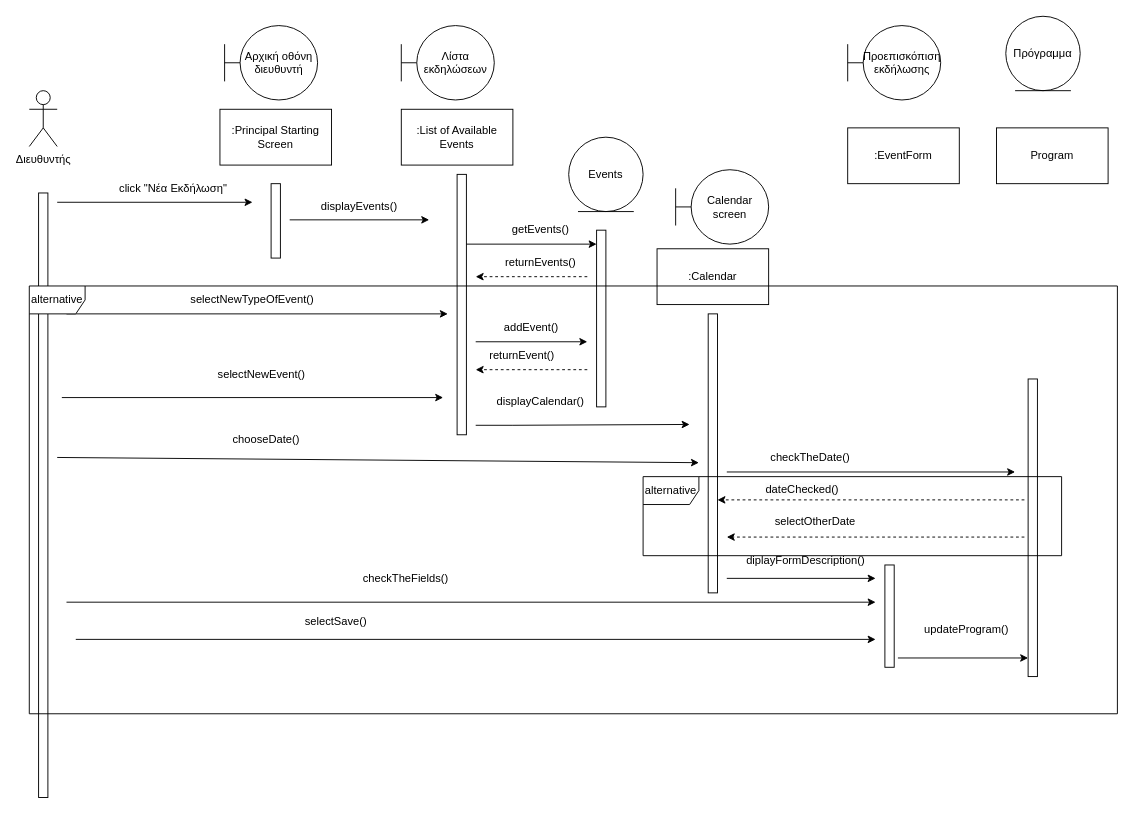
Earlier version of the draw.io diagram Παραδοτέο4/sequencePrincipal1Mike.drawio (m1kemp/School-Hero). Source tidied: cells renumbered, new cells numbered last; positions are measured from the earlier drawing's top-left corner, leaving out a move shared by most shapes. Both pictures are drawn from the tidied source at 93%, with x=0, y=0 at pixel (29, 16).
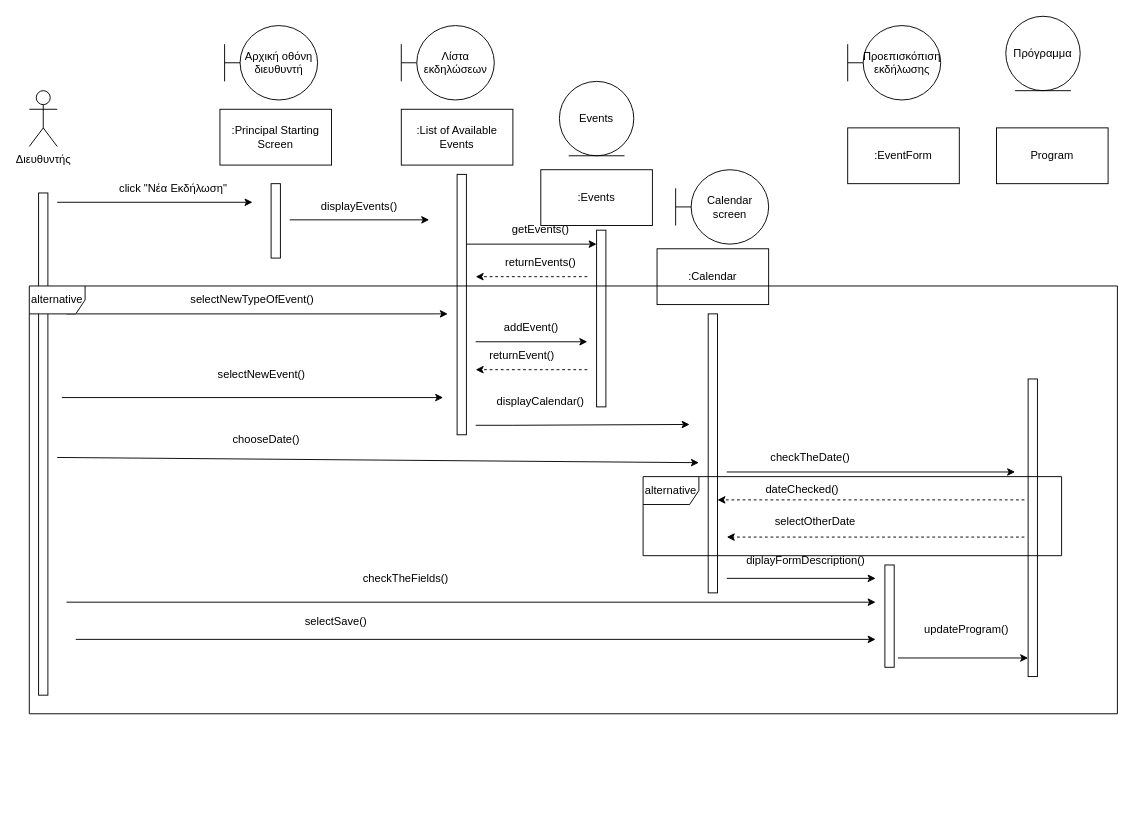
Above is the later version.

What changed in the source:
```diff
@@
     <mxCell id="7" style="html=1;perimeter=orthogonalPerimeter;targetShapes=umlLifeline;newEdgeStyle={&quot;edgeStyle&quot;:&quot;elbowEdgeStyle&quot;,&quot;elbow&quot;:&quot;vertical&quot;,&quot;curved&quot;:0,&quot;rounded&quot;:0};" parent="1" vertex="1">
-      <mxGeometry x="10" y="190" width="10" height="650" as="geometry" />
+      <mxGeometry x="10" y="190" width="10" height="540" as="geometry" />
     </mxCell>
@@
     <mxCell id="43" value="Events" style="ellipse;shape=umlEntity;whiteSpace=wrap;html=1;" parent="1" vertex="1">
-      <mxGeometry x="580" y="130" width="80" height="80" as="geometry" />
+      <mxGeometry x="570" y="70" width="80" height="80" as="geometry" />
     </mxCell>
@@
+    <mxCell id="57" value=":Events" style="rounded=0;whiteSpace=wrap;html=1;" parent="1" vertex="1">
+      <mxGeometry x="550" y="165" width="120" height="60" as="geometry" />
+    </mxCell>
```
